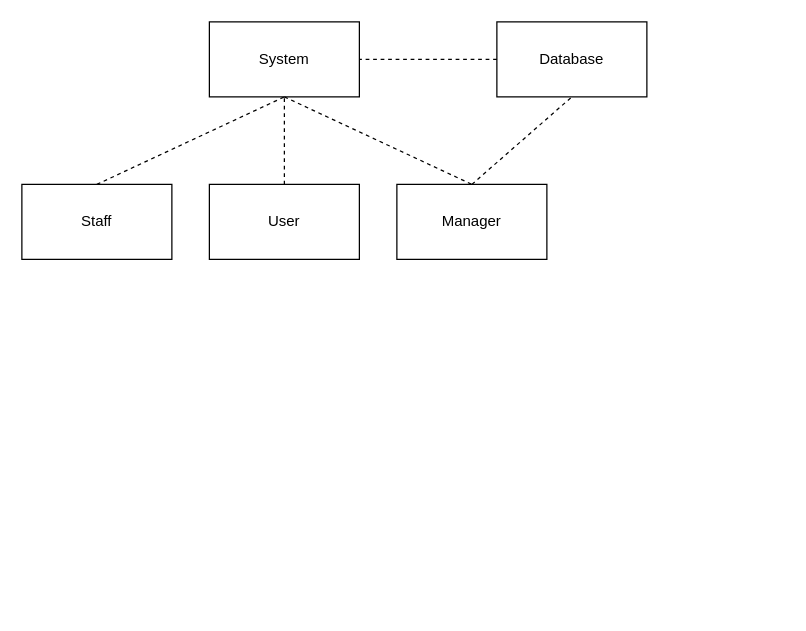
The draw.io diagram UMLDiagram.drawio in EricSpencer00/COMP330Group5, before the edit. Source tidied: cells renumbered, new cells numbered last; positions are measured from the earlier drawing's top-left corner, leaving out a move shared by most shapes. Both pictures are drawn from the tidied source at 125%, with x=0, y=0 at pixel (21, 21).
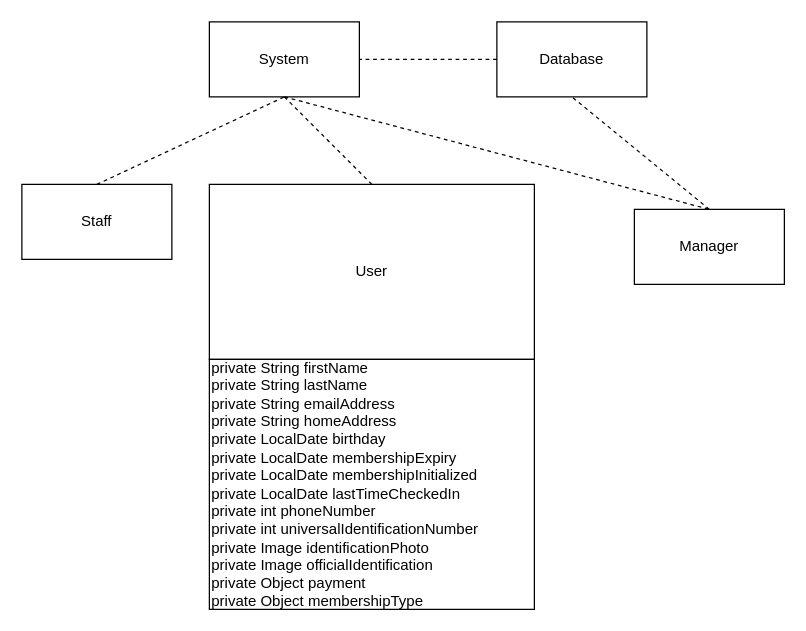
Above is the later version.

Commit message:
Added User variables

The edit, as a diff of the source:
```diff
@@
 <mxGraphModel>
   <root>
     <mxCell id="0" />
     <mxCell id="1" parent="0" />
     <mxCell id="2" value="System" style="rounded=0;whiteSpace=wrap;html=1;" parent="1" vertex="1">
       <mxGeometry x="150" width="120" height="60" as="geometry" />
     </mxCell>
     <mxCell id="3" value="Database" style="rounded=0;whiteSpace=wrap;html=1;" parent="1" vertex="1">
       <mxGeometry x="380" width="120" height="60" as="geometry" />
     </mxCell>
     <mxCell id="4" value="User" style="rounded=0;whiteSpace=wrap;html=1;" parent="1" vertex="1">
-      <mxGeometry x="150" y="130" width="120" height="60" as="geometry" />
+      <mxGeometry x="150" y="130" width="260" height="140" as="geometry" />
     </mxCell>
     <mxCell id="5" style="endArrow=none;dashed=1;html=1;rounded=0;entryX=0.5;entryY=1;entryDx=0;entryDy=0;exitX=0.5;exitY=0;exitDx=0;exitDy=0;" parent="1" edge="1" source="4" target="2">
       <mxGeometry relative="1" as="geometry" />
     </mxCell>
     <mxCell id="6" value="Manager" style="rounded=0;whiteSpace=wrap;html=1;" parent="1" vertex="1">
-      <mxGeometry x="300" y="130" width="120" height="60" as="geometry" />
+      <mxGeometry x="490" y="150" width="120" height="60" as="geometry" />
     </mxCell>
     <mxCell id="7" value="Staff" style="rounded=0;whiteSpace=wrap;html=1;" parent="1" vertex="1">
       <mxGeometry y="130" width="120" height="60" as="geometry" />
     </mxCell>
     <mxCell id="8" style="endArrow=none;dashed=1;html=1;rounded=0;exitX=0.5;exitY=0;exitDx=0;exitDy=0;entryX=0.5;entryY=1;entryDx=0;entryDy=0;" parent="1" edge="1" source="7" target="2">
       <mxGeometry relative="1" as="geometry" />
     </mxCell>
     <mxCell id="9" style="endArrow=none;dashed=1;html=1;rounded=0;entryX=0.5;entryY=0;entryDx=0;entryDy=0;exitX=0.5;exitY=1;exitDx=0;exitDy=0;" parent="1" edge="1" source="2" target="6">
       <mxGeometry relative="1" as="geometry" />
     </mxCell>
     <mxCell id="10" style="endArrow=none;dashed=1;html=1;rounded=0;entryX=1;entryY=0.5;entryDx=0;entryDy=0;exitX=0;exitY=0.5;exitDx=0;exitDy=0;" parent="1" edge="1" source="3" target="2">
       <mxGeometry relative="1" as="geometry" />
     </mxCell>
     <mxCell id="11" style="endArrow=none;dashed=1;html=1;rounded=0;exitX=0.5;exitY=0;exitDx=0;exitDy=0;entryX=0.5;entryY=1;entryDx=0;entryDy=0;" parent="1" edge="1" source="6" target="3">
       <mxGeometry relative="1" as="geometry" />
     </mxCell>
+    <mxCell id="12" value="private String firstName&lt;div&gt;private String lastName&lt;/div&gt;&lt;div&gt;private String emailAddress&lt;/div&gt;&lt;div&gt;private String homeAddress&lt;/div&gt;&lt;div&gt;private LocalDate birthday&lt;/div&gt;&lt;div&gt;private LocalDate membershipExpiry&lt;/div&gt;&lt;div&gt;private LocalDate membershipInitialized&lt;/div&gt;&lt;div&gt;private LocalDate lastTimeCheckedIn&lt;/div&gt;&lt;div&gt;private int phoneNumber&lt;/div&gt;&lt;div&gt;private int universalIdentificationNumber&lt;/div&gt;&lt;div&gt;private Image identificationPhoto&lt;/div&gt;&lt;div&gt;private Image officialIdentification&lt;/div&gt;&lt;div&gt;private Object payment&lt;/div&gt;&lt;div&gt;private Object membershipType&amp;nbsp;&lt;/div&gt;" style="rounded=0;whiteSpace=wrap;html=1;align=left;" parent="1" vertex="1">
+      <mxGeometry x="150" y="270" width="260" height="200" as="geometry" />
+    </mxCell>
   </root>
 </mxGraphModel>
```
